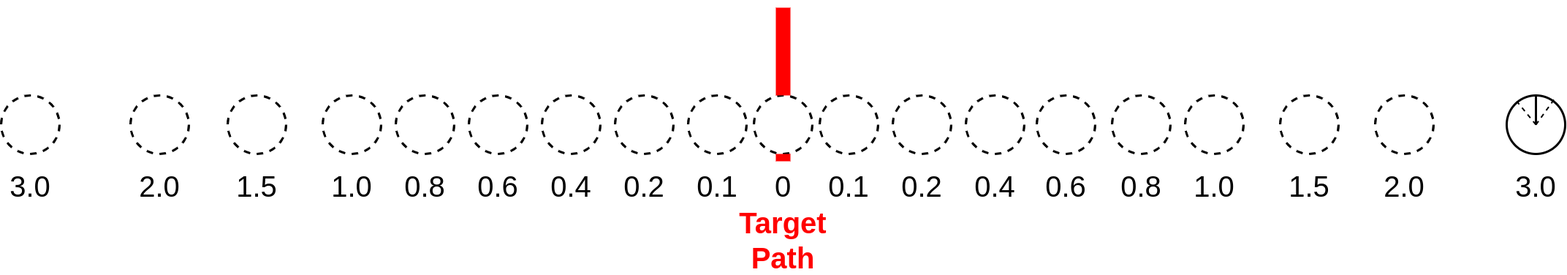
The draw.io diagram images/collect-data.png in YukiTakahashi4690/thesis_template, before a commit. Source tidied: cells renumbered, new cells last; positions are measured from the earlier drawing's top-left corner, leaving out a move shared by most shapes.
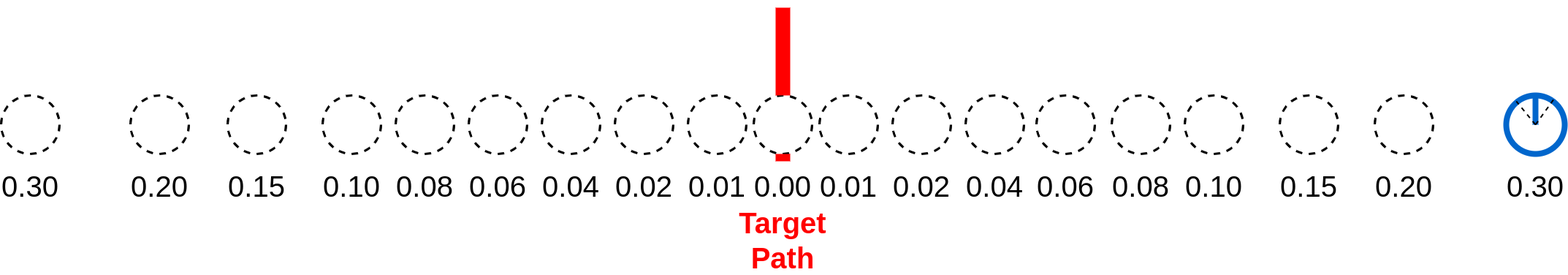
Above is the later version.

The edit, as a diff of the source:
```diff
@@ -2,7 +2,7 @@
   <root>
     <mxCell id="0" />
     <mxCell id="1" parent="0" />
-    <mxCell id="2" style="ellipse;whiteSpace=wrap;html=1;fillColor=#FFFFFF;strokeColor=#000000;strokeWidth=3;" parent="1" vertex="1">
+    <mxCell id="2" style="ellipse;whiteSpace=wrap;html=1;fillColor=#FFFFFF;strokeColor=#0066CC;strokeWidth=8;" parent="1" vertex="1">
       <mxGeometry x="2060" y="120" width="80" height="80" as="geometry" />
     </mxCell>
     <mxCell id="3" style="ellipse;whiteSpace=wrap;html=1;fillColor=#FFFFFF;strokeColor=#000000;strokeWidth=3;dashed=1;" parent="1" vertex="1">
@@ -69,34 +69,34 @@
         <mxPoint x="1070" y="210" as="sourcePoint" />
       </mxGeometry>
     </mxCell>
-    <mxCell id="23" style="endArrow=none;html=1;strokeColor=#000000;strokeWidth=3;entryX=0.5;entryY=0;entryDx=0;entryDy=0;exitX=0.5;exitY=0.5;exitDx=0;exitDy=0;exitPerimeter=0;" parent="1" edge="1" source="2" target="2">
+    <mxCell id="23" style="endArrow=none;html=1;strokeColor=#0066CC;strokeWidth=8;entryX=0.5;entryY=0;entryDx=0;entryDy=0;exitX=0.5;exitY=0.5;exitDx=0;exitDy=0;exitPerimeter=0;" parent="1" edge="1" source="2" target="2">
       <mxGeometry relative="1" as="geometry" />
     </mxCell>
-    <mxCell id="24" value="&lt;font color=&quot;#000000&quot; style=&quot;font-size: 40px&quot;&gt;0.1&lt;/font&gt;" style="text;html=1;strokeColor=none;fillColor=none;align=center;verticalAlign=middle;whiteSpace=wrap;rounded=0;dashed=1;strokeWidth=3;" parent="1" vertex="1">
+    <mxCell id="24" value="&lt;font color=&quot;#000000&quot; style=&quot;font-size: 40px&quot;&gt;0.01&lt;/font&gt;" style="text;html=1;strokeColor=none;fillColor=none;align=center;verticalAlign=middle;whiteSpace=wrap;rounded=0;dashed=1;strokeWidth=3;" parent="1" vertex="1">
       <mxGeometry x="1130" y="229" width="60" height="30" as="geometry" />
     </mxCell>
-    <mxCell id="25" value="&lt;font color=&quot;#000000&quot; style=&quot;font-size: 40px&quot;&gt;0.2&lt;/font&gt;" style="text;html=1;strokeColor=none;fillColor=none;align=center;verticalAlign=middle;whiteSpace=wrap;rounded=0;dashed=1;strokeWidth=3;" parent="1" vertex="1">
+    <mxCell id="25" value="&lt;font color=&quot;#000000&quot; style=&quot;font-size: 40px&quot;&gt;0.02&lt;/font&gt;" style="text;html=1;strokeColor=none;fillColor=none;align=center;verticalAlign=middle;whiteSpace=wrap;rounded=0;dashed=1;strokeWidth=3;" parent="1" vertex="1">
       <mxGeometry x="1230" y="229" width="60" height="30" as="geometry" />
     </mxCell>
-    <mxCell id="26" value="&lt;font color=&quot;#000000&quot; style=&quot;font-size: 40px&quot;&gt;0.4&lt;/font&gt;" style="text;html=1;strokeColor=none;fillColor=none;align=center;verticalAlign=middle;whiteSpace=wrap;rounded=0;dashed=1;strokeWidth=3;" parent="1" vertex="1">
+    <mxCell id="26" value="&lt;font color=&quot;#000000&quot; style=&quot;font-size: 40px&quot;&gt;0.04&lt;/font&gt;" style="text;html=1;strokeColor=none;fillColor=none;align=center;verticalAlign=middle;whiteSpace=wrap;rounded=0;dashed=1;strokeWidth=3;" parent="1" vertex="1">
       <mxGeometry x="1330" y="229" width="60" height="30" as="geometry" />
     </mxCell>
-    <mxCell id="27" value="&lt;font color=&quot;#000000&quot; style=&quot;font-size: 40px&quot;&gt;0.6&lt;/font&gt;" style="text;html=1;strokeColor=none;fillColor=none;align=center;verticalAlign=middle;whiteSpace=wrap;rounded=0;dashed=1;strokeWidth=3;" parent="1" vertex="1">
+    <mxCell id="27" value="&lt;font color=&quot;#000000&quot; style=&quot;font-size: 40px&quot;&gt;0.06&lt;/font&gt;" style="text;html=1;strokeColor=none;fillColor=none;align=center;verticalAlign=middle;whiteSpace=wrap;rounded=0;dashed=1;strokeWidth=3;" parent="1" vertex="1">
       <mxGeometry x="1427" y="229" width="60" height="30" as="geometry" />
     </mxCell>
-    <mxCell id="28" value="&lt;font color=&quot;#000000&quot; style=&quot;font-size: 40px&quot;&gt;0.8&lt;/font&gt;" style="text;html=1;strokeColor=none;fillColor=none;align=center;verticalAlign=middle;whiteSpace=wrap;rounded=0;dashed=1;strokeWidth=3;" parent="1" vertex="1">
+    <mxCell id="28" value="&lt;font color=&quot;#000000&quot; style=&quot;font-size: 40px&quot;&gt;0.08&lt;/font&gt;" style="text;html=1;strokeColor=none;fillColor=none;align=center;verticalAlign=middle;whiteSpace=wrap;rounded=0;dashed=1;strokeWidth=3;" parent="1" vertex="1">
       <mxGeometry x="1530" y="229" width="60" height="30" as="geometry" />
     </mxCell>
-    <mxCell id="29" value="&lt;font color=&quot;#000000&quot; style=&quot;font-size: 40px&quot;&gt;1.0&lt;/font&gt;" style="text;html=1;strokeColor=none;fillColor=none;align=center;verticalAlign=middle;whiteSpace=wrap;rounded=0;dashed=1;strokeWidth=3;" parent="1" vertex="1">
+    <mxCell id="29" value="&lt;font color=&quot;#000000&quot; style=&quot;font-size: 40px&quot;&gt;0.10&lt;/font&gt;" style="text;html=1;strokeColor=none;fillColor=none;align=center;verticalAlign=middle;whiteSpace=wrap;rounded=0;dashed=1;strokeWidth=3;" parent="1" vertex="1">
       <mxGeometry x="1630" y="229" width="60" height="30" as="geometry" />
     </mxCell>
-    <mxCell id="30" value="&lt;font color=&quot;#000000&quot; style=&quot;font-size: 40px&quot;&gt;1.5&lt;/font&gt;" style="text;html=1;strokeColor=none;fillColor=none;align=center;verticalAlign=middle;whiteSpace=wrap;rounded=0;dashed=1;strokeWidth=3;" parent="1" vertex="1">
+    <mxCell id="30" value="&lt;font color=&quot;#000000&quot; style=&quot;font-size: 40px&quot;&gt;0.15&lt;/font&gt;" style="text;html=1;strokeColor=none;fillColor=none;align=center;verticalAlign=middle;whiteSpace=wrap;rounded=0;dashed=1;strokeWidth=3;" parent="1" vertex="1">
       <mxGeometry x="1760" y="229" width="60" height="30" as="geometry" />
     </mxCell>
-    <mxCell id="31" value="&lt;font color=&quot;#000000&quot; style=&quot;font-size: 40px&quot;&gt;2.0&lt;/font&gt;" style="text;html=1;strokeColor=none;fillColor=none;align=center;verticalAlign=middle;whiteSpace=wrap;rounded=0;dashed=1;strokeWidth=3;" parent="1" vertex="1">
+    <mxCell id="31" value="&lt;font color=&quot;#000000&quot; style=&quot;font-size: 40px&quot;&gt;0.20&lt;/font&gt;" style="text;html=1;strokeColor=none;fillColor=none;align=center;verticalAlign=middle;whiteSpace=wrap;rounded=0;dashed=1;strokeWidth=3;" parent="1" vertex="1">
       <mxGeometry x="1890" y="229" width="60" height="30" as="geometry" />
     </mxCell>
-    <mxCell id="32" value="&lt;font color=&quot;#000000&quot; style=&quot;font-size: 40px&quot;&gt;3.0&lt;/font&gt;" style="text;html=1;strokeColor=none;fillColor=none;align=center;verticalAlign=middle;whiteSpace=wrap;rounded=0;dashed=1;strokeWidth=3;" parent="1" vertex="1">
+    <mxCell id="32" value="&lt;font color=&quot;#000000&quot; style=&quot;font-size: 40px&quot;&gt;0.30&lt;/font&gt;" style="text;html=1;strokeColor=none;fillColor=none;align=center;verticalAlign=middle;whiteSpace=wrap;rounded=0;dashed=1;strokeWidth=3;" parent="1" vertex="1">
       <mxGeometry x="2070" y="229" width="60" height="30" as="geometry" />
     </mxCell>
     <mxCell id="33" style="endArrow=none;dashed=1;html=1;fontSize=22;fontColor=#000000;strokeColor=#000000;strokeWidth=2;entryX=0.819;entryY=0.057;entryDx=0;entryDy=0;entryPerimeter=0;" parent="1" edge="1" target="2">
@@ -112,34 +112,34 @@
     <mxCell id="35" value="&lt;b&gt;&lt;font color=&quot;#ff0000&quot; style=&quot;font-size: 40px&quot;&gt;Target Path&lt;/font&gt;&lt;/b&gt;" style="text;html=1;strokeColor=none;fillColor=none;align=center;verticalAlign=middle;whiteSpace=wrap;rounded=0;dashed=1;fontSize=22;fontColor=#000000;" parent="1" vertex="1">
       <mxGeometry x="1040" y="303" width="60" height="30" as="geometry" />
     </mxCell>
-    <mxCell id="36" value="&lt;font color=&quot;#000000&quot; style=&quot;font-size: 40px&quot;&gt;0.1&lt;br&gt;&lt;/font&gt;" style="text;html=1;strokeColor=none;fillColor=none;align=center;verticalAlign=middle;whiteSpace=wrap;rounded=0;dashed=1;strokeWidth=3;" parent="1" vertex="1">
+    <mxCell id="36" value="&lt;font color=&quot;#000000&quot; style=&quot;font-size: 40px&quot;&gt;0.01&lt;br&gt;&lt;/font&gt;" style="text;html=1;strokeColor=none;fillColor=none;align=center;verticalAlign=middle;whiteSpace=wrap;rounded=0;dashed=1;strokeWidth=3;" parent="1" vertex="1">
       <mxGeometry x="950" y="229" width="60" height="30" as="geometry" />
     </mxCell>
-    <mxCell id="37" value="&lt;font color=&quot;#000000&quot; style=&quot;font-size: 40px&quot;&gt;0.2&lt;/font&gt;" style="text;html=1;strokeColor=none;fillColor=none;align=center;verticalAlign=middle;whiteSpace=wrap;rounded=0;dashed=1;strokeWidth=3;" parent="1" vertex="1">
+    <mxCell id="37" value="&lt;font color=&quot;#000000&quot; style=&quot;font-size: 40px&quot;&gt;0.02&lt;/font&gt;" style="text;html=1;strokeColor=none;fillColor=none;align=center;verticalAlign=middle;whiteSpace=wrap;rounded=0;dashed=1;strokeWidth=3;" parent="1" vertex="1">
       <mxGeometry x="850" y="229" width="60" height="30" as="geometry" />
     </mxCell>
-    <mxCell id="38" value="&lt;font color=&quot;#000000&quot; style=&quot;font-size: 40px&quot;&gt;0.4&lt;/font&gt;" style="text;html=1;strokeColor=none;fillColor=none;align=center;verticalAlign=middle;whiteSpace=wrap;rounded=0;dashed=1;strokeWidth=3;" parent="1" vertex="1">
+    <mxCell id="38" value="&lt;font color=&quot;#000000&quot; style=&quot;font-size: 40px&quot;&gt;0.04&lt;/font&gt;" style="text;html=1;strokeColor=none;fillColor=none;align=center;verticalAlign=middle;whiteSpace=wrap;rounded=0;dashed=1;strokeWidth=3;" parent="1" vertex="1">
       <mxGeometry x="750" y="229" width="60" height="30" as="geometry" />
     </mxCell>
-    <mxCell id="39" value="&lt;font color=&quot;#000000&quot; style=&quot;font-size: 40px&quot;&gt;0.6&lt;/font&gt;" style="text;html=1;strokeColor=none;fillColor=none;align=center;verticalAlign=middle;whiteSpace=wrap;rounded=0;dashed=1;strokeWidth=3;" parent="1" vertex="1">
+    <mxCell id="39" value="&lt;font color=&quot;#000000&quot; style=&quot;font-size: 40px&quot;&gt;0.06&lt;/font&gt;" style="text;html=1;strokeColor=none;fillColor=none;align=center;verticalAlign=middle;whiteSpace=wrap;rounded=0;dashed=1;strokeWidth=3;" parent="1" vertex="1">
       <mxGeometry x="650" y="229" width="60" height="30" as="geometry" />
     </mxCell>
-    <mxCell id="40" value="&lt;font color=&quot;#000000&quot; style=&quot;font-size: 40px&quot;&gt;0.8&lt;/font&gt;" style="text;html=1;strokeColor=none;fillColor=none;align=center;verticalAlign=middle;whiteSpace=wrap;rounded=0;dashed=1;strokeWidth=3;" parent="1" vertex="1">
+    <mxCell id="40" value="&lt;font color=&quot;#000000&quot; style=&quot;font-size: 40px&quot;&gt;0.08&lt;/font&gt;" style="text;html=1;strokeColor=none;fillColor=none;align=center;verticalAlign=middle;whiteSpace=wrap;rounded=0;dashed=1;strokeWidth=3;" parent="1" vertex="1">
       <mxGeometry x="550" y="229" width="60" height="30" as="geometry" />
     </mxCell>
-    <mxCell id="41" value="&lt;font color=&quot;#000000&quot; style=&quot;font-size: 40px&quot;&gt;1.0&lt;/font&gt;" style="text;html=1;strokeColor=none;fillColor=none;align=center;verticalAlign=middle;whiteSpace=wrap;rounded=0;dashed=1;strokeWidth=3;" parent="1" vertex="1">
+    <mxCell id="41" value="&lt;font color=&quot;#000000&quot; style=&quot;font-size: 40px&quot;&gt;0.10&lt;/font&gt;" style="text;html=1;strokeColor=none;fillColor=none;align=center;verticalAlign=middle;whiteSpace=wrap;rounded=0;dashed=1;strokeWidth=3;" parent="1" vertex="1">
       <mxGeometry x="450" y="229" width="60" height="30" as="geometry" />
     </mxCell>
-    <mxCell id="42" value="&lt;font color=&quot;#000000&quot; style=&quot;font-size: 40px&quot;&gt;1.5&lt;/font&gt;" style="text;html=1;strokeColor=none;fillColor=none;align=center;verticalAlign=middle;whiteSpace=wrap;rounded=0;dashed=1;strokeWidth=3;" parent="1" vertex="1">
+    <mxCell id="42" value="&lt;font color=&quot;#000000&quot; style=&quot;font-size: 40px&quot;&gt;0.15&lt;/font&gt;" style="text;html=1;strokeColor=none;fillColor=none;align=center;verticalAlign=middle;whiteSpace=wrap;rounded=0;dashed=1;strokeWidth=3;" parent="1" vertex="1">
       <mxGeometry x="320" y="229" width="60" height="30" as="geometry" />
     </mxCell>
-    <mxCell id="43" value="&lt;font color=&quot;#000000&quot; style=&quot;font-size: 40px&quot;&gt;2.0&lt;/font&gt;" style="text;html=1;strokeColor=none;fillColor=none;align=center;verticalAlign=middle;whiteSpace=wrap;rounded=0;dashed=1;strokeWidth=3;" parent="1" vertex="1">
+    <mxCell id="43" value="&lt;font color=&quot;#000000&quot; style=&quot;font-size: 40px&quot;&gt;0.20&lt;/font&gt;" style="text;html=1;strokeColor=none;fillColor=none;align=center;verticalAlign=middle;whiteSpace=wrap;rounded=0;dashed=1;strokeWidth=3;" parent="1" vertex="1">
       <mxGeometry x="187" y="229" width="60" height="30" as="geometry" />
     </mxCell>
-    <mxCell id="44" value="&lt;font color=&quot;#000000&quot; style=&quot;font-size: 40px&quot;&gt;3.0&lt;/font&gt;" style="text;html=1;strokeColor=none;fillColor=none;align=center;verticalAlign=middle;whiteSpace=wrap;rounded=0;dashed=1;strokeWidth=3;" parent="1" vertex="1">
+    <mxCell id="44" value="&lt;font color=&quot;#000000&quot; style=&quot;font-size: 40px&quot;&gt;0.30&lt;/font&gt;" style="text;html=1;strokeColor=none;fillColor=none;align=center;verticalAlign=middle;whiteSpace=wrap;rounded=0;dashed=1;strokeWidth=3;" parent="1" vertex="1">
       <mxGeometry x="10" y="229" width="60" height="30" as="geometry" />
     </mxCell>
-    <mxCell id="45" value="&lt;font color=&quot;#000000&quot; style=&quot;font-size: 40px&quot;&gt;0&lt;/font&gt;" style="text;html=1;strokeColor=none;fillColor=none;align=center;verticalAlign=middle;whiteSpace=wrap;rounded=0;dashed=1;strokeWidth=3;" parent="1" vertex="1">
+    <mxCell id="45" value="&lt;font color=&quot;#000000&quot; style=&quot;font-size: 40px&quot;&gt;0.00&lt;/font&gt;" style="text;html=1;strokeColor=none;fillColor=none;align=center;verticalAlign=middle;whiteSpace=wrap;rounded=0;dashed=1;strokeWidth=3;" parent="1" vertex="1">
       <mxGeometry x="1040" y="229" width="60" height="30" as="geometry" />
     </mxCell>
   </root>
```
